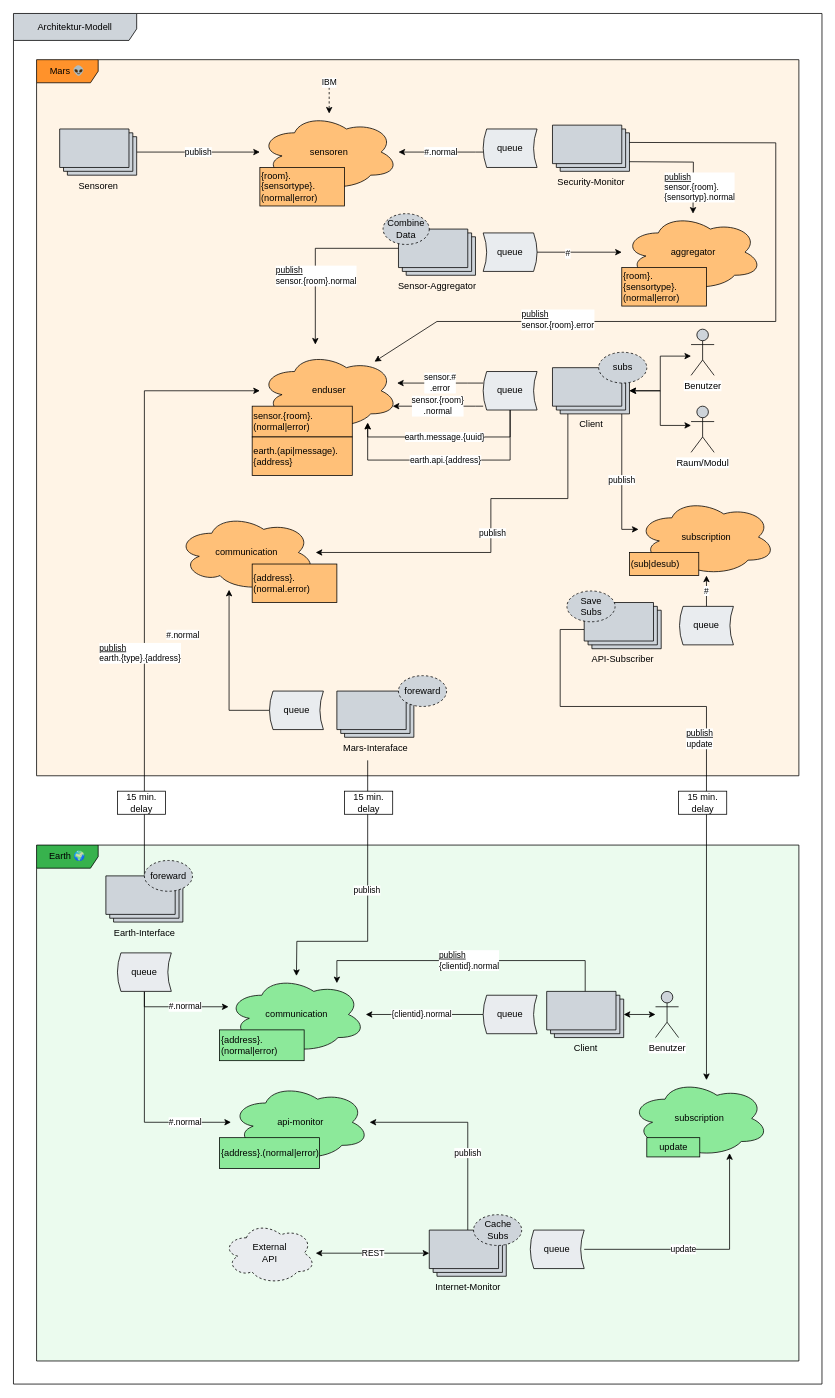
This is docs/Architektur-Modell.drawio from leo-3108/mi-fddw-mars-colonisation-gedrath-pelzer, a draw.io file, before an edit. Source tidied: cells renumbered, new cells numbered last; positions are measured from the earlier drawing's top-left corner, leaving out a move shared by most shapes. Both pictures are drawn from the tidied source at 77%, with x=0, y=0 at pixel (13, 13).
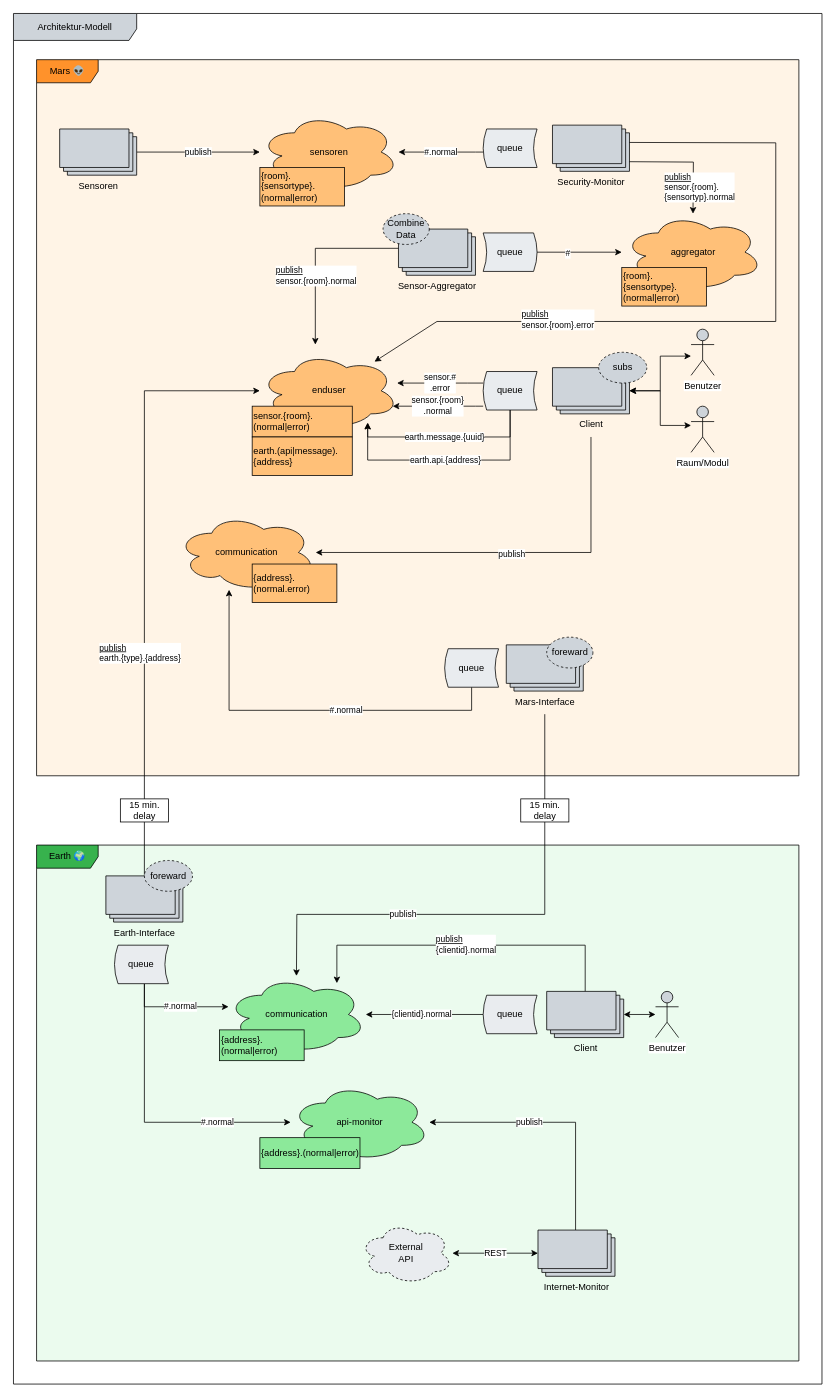
Above is the later version.

Unchanged cells that the change refers to:
```xml
<mxCell id="10" value="&lt;font face=&quot;IBM Plex Mono&quot;&gt;Client&lt;/font&gt;" style="verticalLabelPosition=bottom;verticalAlign=top;html=1;shape=mxgraph.basic.layered_rect;dx=10;outlineConnect=0;fillColor=#ced4da;" parent="1" vertex="1">
  <mxGeometry x="700" y="460" width="100" height="60" as="geometry" />
</mxCell>
<mxCell id="17" value="sensoren" style="ellipse;shape=cloud;whiteSpace=wrap;html=1;fontFamily=IBM Plex Sans;FType=g;fillColor=#FFC078;" parent="1" vertex="1">
  <mxGeometry x="320" y="130" width="180" height="100" as="geometry" />
</mxCell>
<mxCell id="42" value="communication" style="ellipse;shape=cloud;whiteSpace=wrap;html=1;fontFamily=IBM Plex Sans;FType=g;fillColor=#8CE99A;" parent="1" vertex="1">
  <mxGeometry x="277.5" y="1250" width="180" height="100" as="geometry" />
</mxCell>
<mxCell id="53" value="communication" style="ellipse;shape=cloud;whiteSpace=wrap;html=1;fontFamily=IBM Plex Sans;FType=g;fillColor=#FFC078;" parent="1" vertex="1">
  <mxGeometry x="212.5" y="650" width="180" height="100" as="geometry" />
</mxCell>
<mxCell id="62" value="&lt;font face=&quot;IBM Plex Mono&quot;&gt;Client&lt;/font&gt;" style="verticalLabelPosition=bottom;verticalAlign=top;html=1;shape=mxgraph.basic.layered_rect;dx=10;outlineConnect=0;fillColor=#ced4da;" parent="1" vertex="1">
  <mxGeometry x="692.5" y="1270" width="100" height="60" as="geometry" />
</mxCell>
```

What changed in the source:
```diff
@@
-    <mxCell id="7" value="&lt;font face=&quot;IBM Plex Mono&quot;&gt;publish&lt;/font&gt;" style="edgeStyle=orthogonalEdgeStyle;rounded=0;jettySize=auto;html=1;align=center;" parent="1" edge="1" source="10" target="38">
-      <mxGeometry relative="1" as="geometry">
-        <Array as="points">
-          <mxPoint x="790" y="670" />
-        </Array>
-      </mxGeometry>
-    </mxCell>
-    <mxCell id="8" style="edgeStyle=orthogonalEdgeStyle;rounded=0;jettySize=auto;html=1;fontFamily=IBM Plex Mono;align=center;" parent="1" edge="1" source="10" target="53">
+    <mxCell id="8" style="edgeStyle=orthogonalEdgeStyle;rounded=0;jettySize=auto;html=1;fontFamily=IBM Plex Mono;align=center;" parent="1" edge="1" target="53">
       <mxGeometry relative="1" as="geometry">
+        <mxPoint x="750" y="550" as="sourcePoint" />
         <Array as="points">
-          <mxPoint x="720" y="630" />
-          <mxPoint x="620" y="630" />
-          <mxPoint x="620" y="700" />
+          <mxPoint x="750" y="700" />
         </Array>
       </mxGeometry>
     </mxCell>
@@
-    <mxCell id="24" value="&lt;font face=&quot;IBM Plex Mono&quot;&gt;IBM&lt;/font&gt;" style="endArrow=classic;html=1;dashed=1;" parent="1" edge="1" target="17">
-      <mxGeometry x="-1" relative="1" as="geometry">
-        <mxPoint x="410" y="90" as="sourcePoint" />
-      </mxGeometry>
-    </mxCell>
@@
-    <mxCell id="32" value="&lt;u&gt;publish&lt;/u&gt;&lt;br&gt;update" style="edgeStyle=orthogonalEdgeStyle;rounded=0;jettySize=auto;html=1;fontFamily=IBM Plex Mono;align=center;" parent="1" edge="1" source="33" target="49">
-      <mxGeometry x="-0.1" y="-9" relative="1" as="geometry">
-        <Array as="points">
-          <mxPoint x="710" y="800" />
-          <mxPoint x="710" y="900" />
-          <mxPoint x="900" y="900" />
-        </Array>
-      </mxGeometry>
-    </mxCell>
-    <mxCell id="33" value="&lt;font face=&quot;IBM Plex Mono&quot;&gt;API-Subscriber&lt;/font&gt;" style="verticalLabelPosition=bottom;verticalAlign=top;html=1;shape=mxgraph.basic.layered_rect;dx=10;outlineConnect=0;fillColor=#ced4da;" parent="1" vertex="1">
-      <mxGeometry x="741.2" y="765" width="100" height="60" as="geometry" />
-    </mxCell>
-    <mxCell id="34" value="&lt;font face=&quot;IBM Plex Sans&quot;&gt;Save&lt;br&gt;Subs&lt;/font&gt;" style="ellipse;whiteSpace=wrap;html=1;strokeWidth=1;fillColor=#CED4DA;dashed=1;" parent="1" vertex="1">
-      <mxGeometry x="718.8" y="750" width="62.5" height="40" as="geometry" />
-    </mxCell>
@@
-    <mxCell id="38" value="subscription" style="ellipse;shape=cloud;whiteSpace=wrap;html=1;fontFamily=IBM Plex Sans;FType=g;fillColor=#FFC078;" parent="1" vertex="1">
-      <mxGeometry x="810" y="630" width="180" height="100" as="geometry" />
-    </mxCell>
-    <mxCell id="39" value="&lt;font face=&quot;IBM Plex Mono&quot;&gt;(sub|desub)&lt;/font&gt;" style="rounded=0;whiteSpace=wrap;html=1;fillColor=#FFC078;align=left;" parent="1" vertex="1">
-      <mxGeometry x="800" y="700" width="90" height="30" as="geometry" />
-    </mxCell>
-    <mxCell id="40" value="&lt;font face=&quot;IBM Plex Mono&quot;&gt;#&lt;/font&gt;" style="edgeStyle=orthogonalEdgeStyle;rounded=0;jettySize=auto;html=1;align=center;" parent="1" edge="1" source="41" target="38">
-      <mxGeometry relative="1" as="geometry" />
-    </mxCell>
-    <mxCell id="41" value="&lt;font face=&quot;IBM Plex Mono&quot;&gt;queue&lt;/font&gt;" style="shape=dataStorage;whiteSpace=wrap;html=1;fillColor=#E9ECEF;size=0.06470588235293984;" parent="1" vertex="1">
-      <mxGeometry x="865" y="770" width="70" height="50" as="geometry" />
-    </mxCell>
@@
     <mxCell id="43" value="api-monitor" style="ellipse;shape=cloud;whiteSpace=wrap;html=1;fontFamily=IBM Plex Sans;FType=g;fillColor=#8ce99a;" parent="1" vertex="1">
-      <mxGeometry x="282.5" y="1390" width="180" height="100" as="geometry" />
+      <mxGeometry x="360" y="1390" width="180" height="100" as="geometry" />
     </mxCell>
@@
     <mxCell id="46" value="&lt;font face=&quot;IBM Plex Mono&quot;&gt;queue&lt;/font&gt;" style="shape=dataStorage;whiteSpace=wrap;html=1;fillColor=#E9ECEF;size=0.06470588235293984;" parent="1" vertex="1">
-      <mxGeometry x="135" y="1220" width="70" height="50" as="geometry" />
+      <mxGeometry x="131.2" y="1210" width="70" height="50" as="geometry" />
     </mxCell>
@@
     <mxCell id="48" value="&lt;span style=&quot;font-family: &amp;#34;ibm plex mono&amp;#34;&quot;&gt;{address}.(normal|error)&lt;/span&gt;" style="rounded=0;whiteSpace=wrap;html=1;fillColor=#8CE99A;align=left;" parent="1" vertex="1">
-      <mxGeometry x="267.5" y="1460" width="130" height="40" as="geometry" />
+      <mxGeometry x="320" y="1460" width="130" height="40" as="geometry" />
     </mxCell>
-    <mxCell id="49" value="subscription" style="ellipse;shape=cloud;whiteSpace=wrap;html=1;fontFamily=IBM Plex Sans;FType=g;fillColor=#8CE99A;" parent="1" vertex="1">
-      <mxGeometry x="801.2" y="1385" width="180" height="100" as="geometry" />
-    </mxCell>
-    <mxCell id="50" value="&lt;font face=&quot;IBM Plex Mono&quot;&gt;update&lt;/font&gt;" style="rounded=0;whiteSpace=wrap;html=1;fillColor=#8CE99A;align=center;" parent="1" vertex="1">
-      <mxGeometry x="822.5" y="1460" width="68.8" height="25" as="geometry" />
-    </mxCell>
     <mxCell id="51" value="&lt;font face=&quot;IBM Plex Mono&quot;&gt;15 min. delay&lt;/font&gt;" style="rounded=0;whiteSpace=wrap;html=1;fillColor=#ffffff;" parent="1" vertex="1">
-      <mxGeometry x="135" y="1010" width="62.5" height="30" as="geometry" />
+      <mxGeometry x="138.8" y="1020" width="62.5" height="30" as="geometry" />
     </mxCell>
-    <mxCell id="52" value="&lt;font face=&quot;IBM Plex Mono&quot;&gt;15 min. delay&lt;/font&gt;" style="rounded=0;whiteSpace=wrap;html=1;fillColor=#ffffff;" parent="1" vertex="1">
-      <mxGeometry x="863.8" y="1010" width="62.5" height="30" as="geometry" />
-    </mxCell>
@@
     <mxCell id="55" value="publish" style="edgeStyle=orthogonalEdgeStyle;rounded=0;jettySize=auto;html=1;fontFamily=IBM Plex Mono;align=left;" parent="1" edge="1" target="42">
-      <mxGeometry x="-0.09" y="-20" relative="1" as="geometry">
-        <mxPoint x="460" y="970" as="sourcePoint" />
+      <mxGeometry x="0.4" relative="1" as="geometry">
+        <mxPoint x="690" y="910" as="sourcePoint" />
         <Array as="points">
-          <mxPoint x="460" y="1205" />
-          <mxPoint x="368" y="1205" />
+          <mxPoint x="690" y="910" />
+          <mxPoint x="690" y="1170" />
+          <mxPoint x="368" y="1170" />
         </Array>
       </mxGeometry>
     </mxCell>
-    <mxCell id="56" value="&lt;font face=&quot;IBM Plex Mono&quot;&gt;Mars-Interaface&lt;br&gt;&lt;/font&gt;" style="verticalLabelPosition=bottom;verticalAlign=top;html=1;shape=mxgraph.basic.layered_rect;dx=10;fillColor=#ced4da;" parent="1" vertex="1">
-      <mxGeometry x="420" y="880" width="100" height="60" as="geometry" />
+    <mxCell id="56" value="&lt;font face=&quot;IBM Plex Mono&quot;&gt;Mars-Interface&lt;br&gt;&lt;/font&gt;" style="verticalLabelPosition=bottom;verticalAlign=top;html=1;shape=mxgraph.basic.layered_rect;dx=10;fillColor=#ced4da;" parent="1" vertex="1">
+      <mxGeometry x="640" y="820" width="100" height="60" as="geometry" />
     </mxCell>
     <mxCell id="57" value="#.normal" style="edgeStyle=orthogonalEdgeStyle;rounded=0;jettySize=auto;html=1;fontFamily=IBM Plex Mono;align=left;" parent="1" edge="1" source="58" target="53">
-      <mxGeometry x="-0.5" y="-54" relative="1" as="geometry">
+      <mxGeometry x="-0.14" relative="1" as="geometry">
         <Array as="points">
           <mxPoint x="280" y="905" />
         </Array>
-        <mxPoint x="-84" y="-44" as="offset" />
       </mxGeometry>
     </mxCell>
     <mxCell id="58" value="&lt;font face=&quot;IBM Plex Mono&quot;&gt;queue&lt;/font&gt;" style="shape=dataStorage;whiteSpace=wrap;html=1;fillColor=#E9ECEF;size=0.06470588235293984;" parent="1" vertex="1">
-      <mxGeometry x="332.5" y="880" width="70" height="50" as="geometry" />
+      <mxGeometry x="560" y="825" width="70" height="50" as="geometry" />
     </mxCell>
     <mxCell id="59" value="&lt;font face=&quot;IBM Plex Mono&quot;&gt;15 min. delay&lt;/font&gt;" style="rounded=0;whiteSpace=wrap;html=1;fillColor=#ffffff;" parent="1" vertex="1">
-      <mxGeometry x="430" y="1010" width="62.5" height="30" as="geometry" />
+      <mxGeometry x="658.8" y="1020" width="62.5" height="30" as="geometry" />
     </mxCell>
@@
     <mxCell id="61" value="&lt;u&gt;publish&lt;/u&gt;&lt;br&gt;{&lt;span style=&quot;text-align: center&quot;&gt;clientid&lt;/span&gt;}.normal" style="edgeStyle=orthogonalEdgeStyle;rounded=0;jettySize=auto;html=1;startArrow=none;startFill=0;endArrow=classic;endFill=1;endSize=6;fontFamily=IBM Plex Mono;align=left;" parent="1" edge="1" source="62" target="42">
       <mxGeometry x="0.19" relative="1" as="geometry">
         <Array as="points">
-          <mxPoint x="743" y="1230" />
-          <mxPoint x="420" y="1230" />
+          <mxPoint x="743" y="1210" />
+          <mxPoint x="420" y="1210" />
         </Array>
         <mxPoint x="1" as="offset" />
       </mxGeometry>
     </mxCell>
@@
-    <mxCell id="66" value="update" style="edgeStyle=orthogonalEdgeStyle;rounded=0;jettySize=auto;html=1;startArrow=none;startFill=0;endArrow=classic;endFill=1;endSize=6;fontFamily=IBM Plex Mono;align=center;" parent="1" edge="1" source="67" target="49">
-      <mxGeometry x="-0.18" relative="1" as="geometry">
-        <Array as="points">
-          <mxPoint x="930" y="1605" />
-        </Array>
-      </mxGeometry>
-    </mxCell>
-    <mxCell id="67" value="&lt;font face=&quot;IBM Plex Mono&quot;&gt;queue&lt;/font&gt;" style="shape=dataStorage;whiteSpace=wrap;html=1;fillColor=#E9ECEF;size=0.06470588235293984;" parent="1" vertex="1">
-      <mxGeometry x="671.2" y="1580" width="70" height="50" as="geometry" />
-    </mxCell>
     <mxCell id="68" value="publish" style="edgeStyle=orthogonalEdgeStyle;rounded=0;jettySize=auto;html=1;startArrow=none;startFill=0;endArrow=classic;endFill=1;endSize=6;fontFamily=IBM Plex Mono;align=center;" parent="1" edge="1" source="69" target="43">
-      <mxGeometry x="-0.25" relative="1" as="geometry">
+      <mxGeometry x="-0.15" y="60" relative="1" as="geometry">
         <Array as="points">
-          <mxPoint x="590" y="1440" />
+          <mxPoint x="730" y="1610" />
+          <mxPoint x="730" y="1440" />
         </Array>
+        <mxPoint x="-60" y="-60" as="offset" />
       </mxGeometry>
     </mxCell>
     <mxCell id="69" value="&lt;font face=&quot;IBM Plex Mono&quot;&gt;Internet-Monitor&lt;/font&gt;" style="verticalLabelPosition=bottom;verticalAlign=top;html=1;shape=mxgraph.basic.layered_rect;dx=10;outlineConnect=0;fillColor=#ced4da;" parent="1" vertex="1">
-      <mxGeometry x="540" y="1580" width="100" height="60" as="geometry" />
+      <mxGeometry x="681.2" y="1580" width="100" height="60" as="geometry" />
     </mxCell>
-    <mxCell id="70" value="&lt;font face=&quot;IBM Plex Sans&quot;&gt;Cache&lt;br&gt;Subs&lt;/font&gt;" style="ellipse;whiteSpace=wrap;html=1;strokeWidth=1;fillColor=#CED4DA;dashed=1;" parent="1" vertex="1">
-      <mxGeometry x="597.5" y="1560" width="62.5" height="40" as="geometry" />
-    </mxCell>
     <mxCell id="71" value="External&lt;br&gt;API" style="ellipse;shape=cloud;whiteSpace=wrap;html=1;fontFamily=IBM Plex Sans;FType=g;dashed=1;gradientColor=none;fillColor=#e9ecef;" parent="1" vertex="1">
-      <mxGeometry x="272.5" y="1570" width="120" height="80" as="geometry" />
+      <mxGeometry x="450" y="1570" width="120" height="80" as="geometry" />
     </mxCell>
@@
     <mxCell id="73" value="&lt;font face=&quot;IBM Plex Sans&quot;&gt;foreward&lt;/font&gt;" style="ellipse;whiteSpace=wrap;html=1;strokeWidth=1;fillColor=#CED4DA;dashed=1;" parent="1" vertex="1">
-      <mxGeometry x="500" y="860" width="62.5" height="40" as="geometry" />
+      <mxGeometry x="692.5" y="810" width="60" height="40" as="geometry" />
     </mxCell>
@@
-    <mxCell id="85" value="&lt;div style=&quot;text-align: left&quot;&gt;&lt;u&gt;publish&lt;/u&gt;&lt;/div&gt;sensor.{room}.normal" style="edgeLabel;html=1;align=center;verticalAlign=middle;" parent="1" vertex="1">
+    <mxCell id="85" value="&lt;div style=&quot;text-align: left&quot;&gt;&lt;u&gt;&lt;font face=&quot;IBM Plex Mono&quot;&gt;publish&lt;/font&gt;&lt;/u&gt;&lt;/div&gt;&lt;font face=&quot;IBM Plex Mono&quot;&gt;sensor.{room}.normal&lt;/font&gt;" style="edgeLabel;html=1;align=center;verticalAlign=middle;" parent="1" vertex="1">
       <mxGeometry x="392.5" y="340" as="geometry" />
     </mxCell>
```
